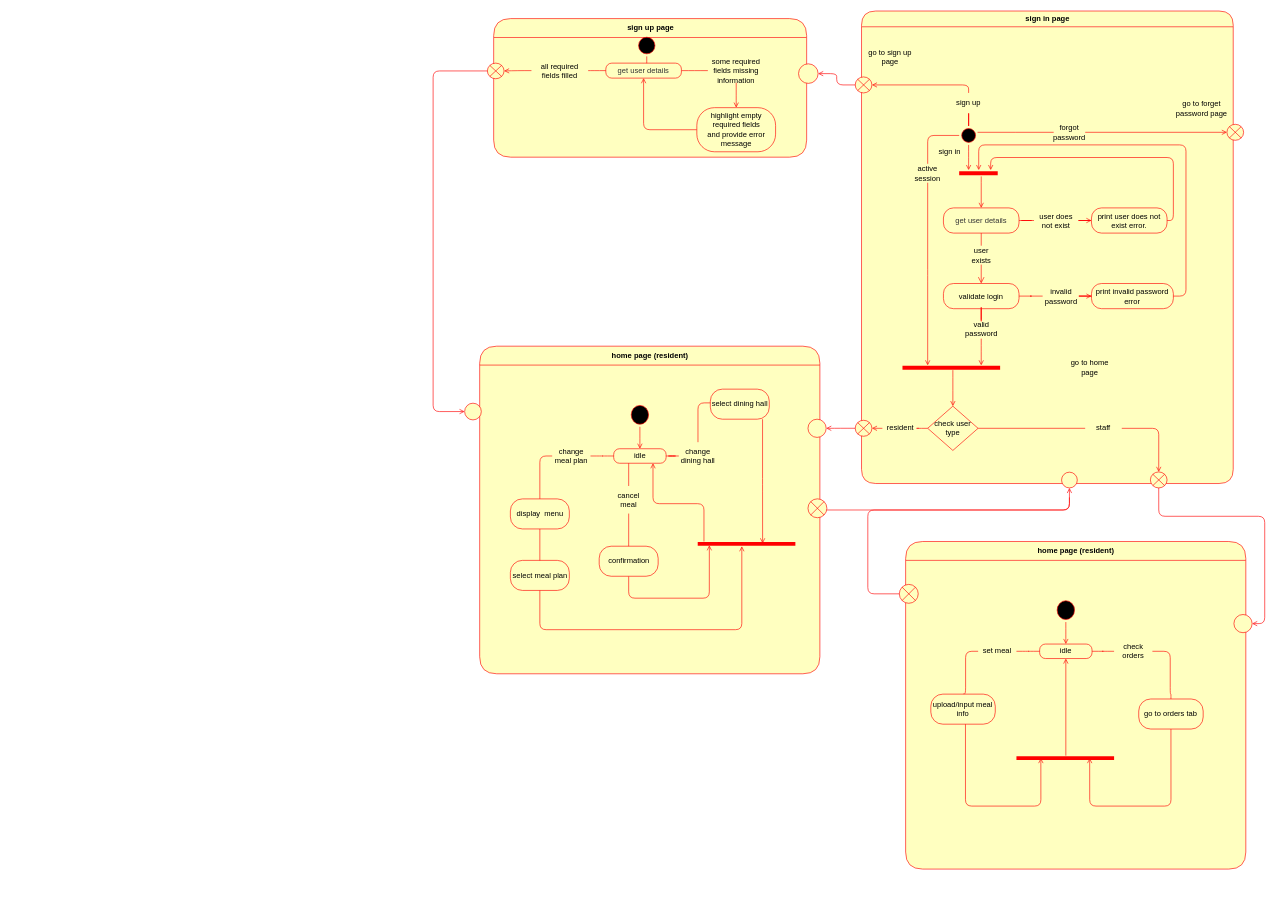
The draw.io diagram admin/diagrams/logical_view_statechart.drawio in JulianVJacobs/SDP, before the edit. Source tidied: cells renumbered, new cells numbered last; positions are measured from the earlier drawing's top-left corner, leaving out a move shared by most shapes. Both pictures are drawn from the tidied source at 63%, with x=0, y=0 at pixel (433, 11).
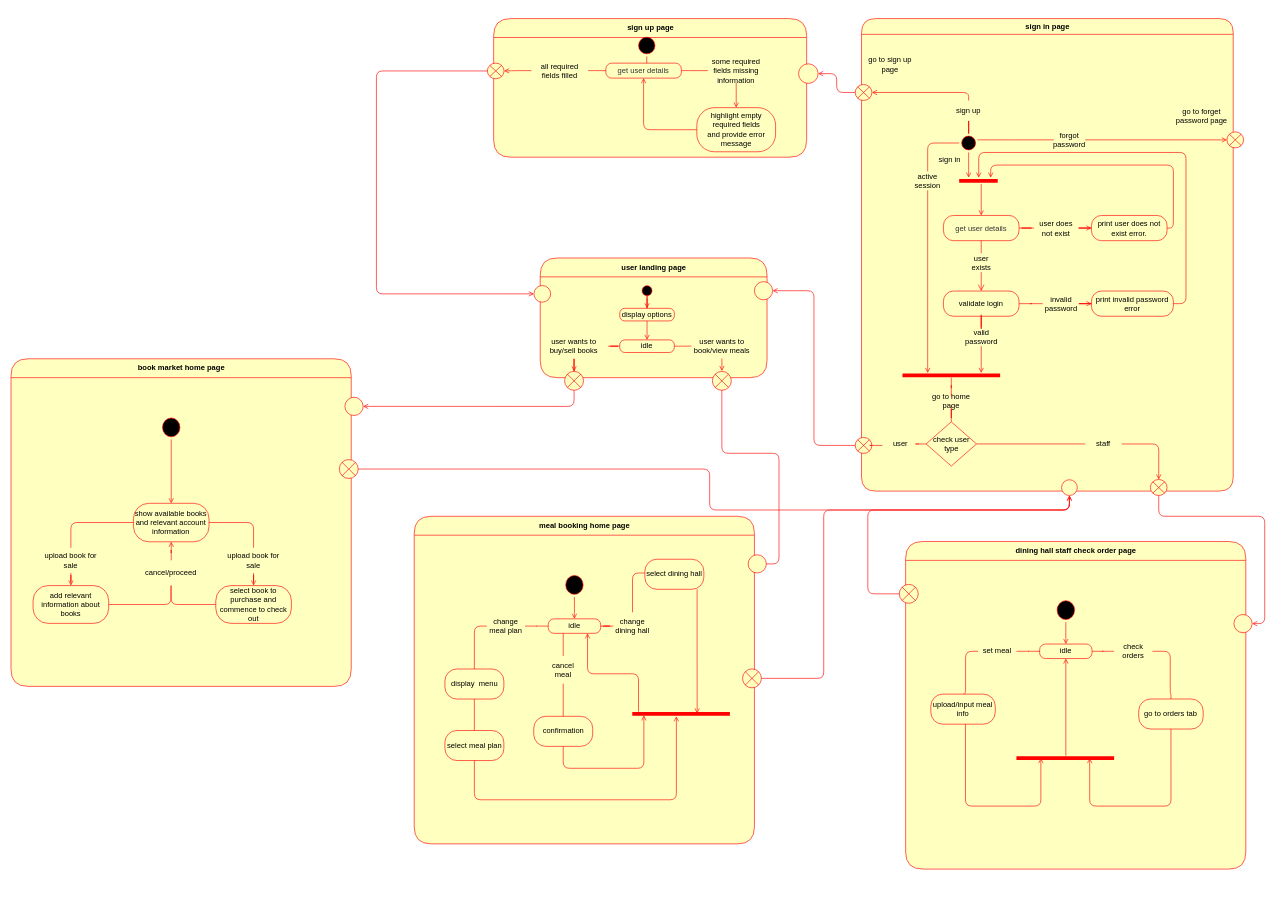
After the change.

Unchanged cells that the change refers to:
```xml
<mxCell id="8" style="shape=sumEllipse;perimeter=ellipsePerimeter;whiteSpace=wrap;html=1;backgroundOutline=1;strokeColor=#FF0000;fillColor=#ffffc0;" parent="2" vertex="1">
  <mxGeometry x="521.1" y="242.3" width="30" height="30" as="geometry" />
</mxCell>
<mxCell id="42" style="shape=line;html=1;strokeWidth=6;strokeColor=#ff0000;" parent="27" vertex="1">
  <mxGeometry x="85" y="562.5" width="155" height="7.5" as="geometry" />
</mxCell>
<mxCell id="61" style="ellipse;whiteSpace=wrap;html=1;fillColor=#ffffc0;strokeColor=#FF0000;" parent="27" vertex="1">
  <mxGeometry x="337.5" y="732" width="25" height="25" as="geometry" />
</mxCell>
<mxCell id="92" style="shape=sumEllipse;perimeter=ellipsePerimeter;whiteSpace=wrap;html=1;backgroundOutline=1;strokeColor=#FF0000;fillColor=#ffffc0;" parent="78" vertex="1">
  <mxGeometry x="-10" y="70.7" width="26.5" height="24.8" as="geometry" />
</mxCell>
<mxCell id="99" style="group;" parent="1" vertex="1">
  <mxGeometry x="750" y="842" width="540" height="581" as="geometry" />
</mxCell>
```

Diff of the diagram source:
```diff
@@
     <mxCell id="2" style="group;" parent="1" vertex="1">
-      <mxGeometry x="73.9" y="532" width="540" height="581" as="geometry" />
+      <mxGeometry x="-30" y="802" width="551.1" height="581" as="geometry" />
     </mxCell>
-    <mxCell id="3" value="home page (resident)" style="swimlane;html=1;fontStyle=1;align=center;verticalAlign=middle;horizontal=1;startSize=30;fontColor=#000000;rounded=1;arcSize=30;strokeColor=#ff0000;fillColor=#ffffc0;swimlaneFillColor=#ffffc0;" parent="2" vertex="1">
+    <mxCell id="3" value="meal booking home page" style="swimlane;html=1;fontStyle=1;align=center;verticalAlign=middle;horizontal=1;startSize=30;fontColor=#000000;rounded=1;arcSize=30;strokeColor=#ff0000;fillColor=#ffffc0;swimlaneFillColor=#ffffc0;" parent="2" vertex="1">
       <mxGeometry width="540" height="520" as="geometry" />
     </mxCell>
@@
-    <mxCell id="9" style="ellipse;whiteSpace=wrap;html=1;fillColor=#ffffc0;strokeColor=#FF0000;" parent="2" vertex="1">
-      <mxGeometry x="521.1" y="115.9" width="28.9" height="28.9" as="geometry" />
-    </mxCell>
@@
+    <mxCell id="9" style="ellipse;whiteSpace=wrap;html=1;fillColor=#ffffc0;strokeColor=#FF0000;" parent="2" vertex="1">
+      <mxGeometry x="530" y="61.1" width="28.9" height="28.9" as="geometry" />
+    </mxCell>
     <mxCell id="27" style="group;" parent="1" vertex="1">
-      <mxGeometry x="660" width="630" height="757" as="geometry" />
+      <mxGeometry x="660" y="12" width="630" height="757" as="geometry" />
     </mxCell>
@@
-    <mxCell id="64" value="go to home page" style="text;html=1;strokeColor=none;fillColor=none;align=center;verticalAlign=middle;whiteSpace=wrap;rounded=0;" parent="27" vertex="1">
-      <mxGeometry x="337.5" y="548.8" width="91.2" height="35" as="geometry" />
-    </mxCell>
@@
     <mxCell id="69" value="check user type" style="rhombus;whiteSpace=wrap;html=1;fillColor=#ffffc0;strokeColor=#ff0000;" parent="27" vertex="1">
-      <mxGeometry x="125" y="627.2" width="80" height="70.3" as="geometry" />
+      <mxGeometry x="122.5" y="640" width="80" height="70.3" as="geometry" />
     </mxCell>
-    <mxCell id="70" style="edgeStyle=orthogonalEdgeStyle;rounded=1;jettySize=auto;html=1;entryX=0.5;entryY=0;entryDx=0;entryDy=0;startArrow=none;startFill=0;endArrow=open;endFill=0;endSize=6;strokeColor=#FF0000;" parent="27" edge="1" source="42" target="69">
-      <mxGeometry relative="1" as="geometry">
-        <Array as="points">
-          <mxPoint x="165" y="592" />
-          <mxPoint x="165" y="592" />
-        </Array>
-      </mxGeometry>
-    </mxCell>
     <mxCell id="71" style="shape=sumEllipse;perimeter=ellipsePerimeter;whiteSpace=wrap;html=1;backgroundOutline=1;strokeColor=#FF0000;fillColor=#ffffc0;" parent="27" vertex="1">
-      <mxGeometry x="10" y="649.6" width="26.5" height="25.4" as="geometry" />
+      <mxGeometry x="10" y="664.8" width="26.5" height="25.4" as="geometry" />
     </mxCell>
-    <mxCell id="72" style="edgeStyle=orthogonalEdgeStyle;rounded=1;jettySize=auto;html=1;endArrow=open;endFill=0;strokeColor=#FF0000;entryX=1;entryY=0.5;entryDx=0;entryDy=0;" parent="27" edge="1" source="73" target="71">
+    <mxCell id="72" style="edgeStyle=orthogonalEdgeStyle;rounded=0;jettySize=auto;html=1;entryX=1;entryY=0.5;entryDx=0;entryDy=0;endArrow=none;endFill=0;endSize=6;strokeColor=#FF0000;" parent="27" edge="1" source="73" target="71">
       <mxGeometry relative="1" as="geometry">
         <Array as="points">
-          <mxPoint x="53" y="662" />
-          <mxPoint x="53" y="662" />
+          <mxPoint x="33" y="677" />
         </Array>
       </mxGeometry>
     </mxCell>
-    <mxCell id="73" value="resident" style="text;html=1;strokeColor=none;fillColor=none;align=center;verticalAlign=middle;whiteSpace=wrap;rounded=0;" parent="27" vertex="1">
-      <mxGeometry x="53.1" y="643.1" width="58.1" height="38.5" as="geometry" />
+    <mxCell id="73" value="user" style="text;html=1;strokeColor=none;fillColor=none;align=center;verticalAlign=middle;whiteSpace=wrap;rounded=0;" parent="27" vertex="1">
+      <mxGeometry x="53.1" y="655.9" width="58.1" height="38.5" as="geometry" />
     </mxCell>
     <mxCell id="74" value="staff" style="text;html=1;strokeColor=none;fillColor=none;align=center;verticalAlign=middle;whiteSpace=wrap;rounded=0;" parent="27" vertex="1">
-      <mxGeometry x="375" y="643.1" width="58.1" height="38.5" as="geometry" />
+      <mxGeometry x="375" y="655.9" width="58.1" height="38.5" as="geometry" />
     </mxCell>
@@
+    <mxCell id="120" style="edgeStyle=orthogonalEdgeStyle;rounded=0;jettySize=auto;html=1;entryX=0.5;entryY=0;entryDx=0;entryDy=0;endArrow=none;endFill=0;endSize=6;strokeColor=#FF0000;" parent="27" edge="1" source="64" target="69">
+      <mxGeometry relative="1" as="geometry" />
+    </mxCell>
+    <mxCell id="64" value="go to home page" style="text;html=1;strokeColor=none;fillColor=none;align=center;verticalAlign=middle;whiteSpace=wrap;rounded=0;" parent="27" vertex="1">
+      <mxGeometry x="116.9" y="600" width="91.2" height="14" as="geometry" />
+    </mxCell>
+    <mxCell id="121" style="edgeStyle=orthogonalEdgeStyle;rounded=1;jettySize=auto;html=1;entryX=0.5;entryY=0;entryDx=0;entryDy=0;startArrow=none;startFill=0;endArrow=none;endFill=0;endSize=6;strokeColor=#FF0000;" parent="27" edge="1" source="42" target="64">
+      <mxGeometry relative="1" as="geometry" />
+    </mxCell>
@@
-    <mxCell id="94" style="edgeStyle=orthogonalEdgeStyle;rounded=1;jettySize=auto;html=1;exitX=0;exitY=1;exitDx=0;exitDy=0;endArrow=none;endFill=0;strokeColor=#FF0000;" parent="1" edge="1" source="95">
-      <mxGeometry relative="1" as="geometry">
-        <mxPoint x="60" y="632" as="targetPoint" />
-      </mxGeometry>
-    </mxCell>
-    <mxCell id="95" style="ellipse;whiteSpace=wrap;html=1;fillColor=#ffffc0;strokeColor=#FF0000;" parent="1" vertex="1">
-      <mxGeometry x="50" y="622.5" width="26.5" height="26.5" as="geometry" />
-    </mxCell>
     <mxCell id="96" style="edgeStyle=orthogonalEdgeStyle;rounded=1;jettySize=auto;html=1;entryX=0;entryY=0.5;entryDx=0;entryDy=0;endArrow=open;endFill=0;strokeColor=#FF0000;" parent="1" edge="1" source="92" target="95">
       <mxGeometry relative="1" as="geometry">
         <Array as="points">
-          <mxPoint y="95" />
-          <mxPoint y="636" />
+          <mxPoint x="-90" y="95" />
+          <mxPoint x="-90" y="449" />
         </Array>
       </mxGeometry>
     </mxCell>
-    <mxCell id="97" style="edgeStyle=orthogonalEdgeStyle;rounded=1;jettySize=auto;html=1;entryX=1;entryY=0.5;entryDx=0;entryDy=0;endArrow=open;endFill=0;strokeColor=#FF0000;" parent="1" edge="1" source="71" target="9">
+    <mxCell id="97" style="edgeStyle=orthogonalEdgeStyle;rounded=1;jettySize=auto;html=1;entryX=1;entryY=0.5;entryDx=0;entryDy=0;endArrow=open;endFill=0;strokeColor=#FF0000;" parent="1" edge="1" source="71" target="134">
       <mxGeometry relative="1" as="geometry" />
     </mxCell>
     <mxCell id="98" style="edgeStyle=orthogonalEdgeStyle;rounded=1;jettySize=auto;html=1;endArrow=none;endFill=0;strokeColor=#FF0000;" parent="1" edge="1" source="8">
       <mxGeometry relative="1" as="geometry">
         <mxPoint x="1010" y="772" as="targetPoint" />
         <Array as="points">
+          <mxPoint x="620" y="1059" />
+          <mxPoint x="620" y="792" />
           <mxPoint x="1010" y="792" />
         </Array>
       </mxGeometry>
     </mxCell>
@@
-    <mxCell id="100" value="home page (resident)" style="swimlane;html=1;fontStyle=1;align=center;verticalAlign=middle;horizontal=1;startSize=30;fontColor=#000000;rounded=1;arcSize=30;strokeColor=#ff0000;fillColor=#ffffc0;swimlaneFillColor=#ffffc0;" parent="99" vertex="1">
+    <mxCell id="100" value="dining hall staff check order page" style="swimlane;html=1;fontStyle=1;align=center;verticalAlign=middle;horizontal=1;startSize=30;fontColor=#000000;rounded=1;arcSize=30;strokeColor=#ff0000;fillColor=#ffffc0;swimlaneFillColor=#ffffc0;" parent="99" vertex="1">
       <mxGeometry width="540" height="520" as="geometry" />
     </mxCell>
@@
+    <mxCell id="122" style="group;" parent="1" vertex="1">
+      <mxGeometry x="170" y="392" width="378.9" height="300" as="geometry" />
+    </mxCell>
+    <mxCell id="123" value="user landing page" style="swimlane;html=1;fontStyle=1;align=center;verticalAlign=middle;horizontal=1;startSize=30;fontColor=#000000;rounded=1;arcSize=30;strokeColor=#ff0000;fillColor=#ffffc0;swimlaneFillColor=#ffffc0;" parent="122" vertex="1">
+      <mxGeometry width="360" height="190" as="geometry" />
+    </mxCell>
+    <mxCell id="124" style="edgeStyle=orthogonalEdgeStyle;rounded=0;jettySize=auto;html=1;endArrow=open;endFill=0;endSize=6;strokeColor=#FF0000;" parent="122" edge="1" source="125" target="127">
+      <mxGeometry relative="1" as="geometry" />
+    </mxCell>
+    <mxCell id="125" style="ellipse;html=1;shape=startState;fillColor=#000000;strokeColor=#ff0000;" parent="122" vertex="1">
+      <mxGeometry x="157.7" y="40" width="23.7" height="23.9" as="geometry" />
+    </mxCell>
+    <mxCell id="126" style="edgeStyle=orthogonalEdgeStyle;rounded=1;jettySize=auto;html=1;exitX=0.5;exitY=1;exitDx=0;exitDy=0;entryX=0.5;entryY=0;entryDx=0;entryDy=0;endArrow=open;endFill=0;endSize=6;strokeColor=#FF0000;" parent="122" edge="1" source="127" target="137">
+      <mxGeometry relative="1" as="geometry" />
+    </mxCell>
+    <mxCell id="127" value="display options" style="rounded=1;whiteSpace=wrap;html=1;arcSize=40;fontColor=#000000;fillColor=#ffffc0;strokeColor=#ff0000;" parent="122" vertex="1">
+      <mxGeometry x="126.2" y="79.9" width="86.7" height="20" as="geometry" />
+    </mxCell>
+    <mxCell id="128" style="edgeStyle=orthogonalEdgeStyle;rounded=0;jettySize=auto;html=1;entryX=0.5;entryY=0;entryDx=0;entryDy=0;endArrow=open;endFill=0;endSize=6;strokeColor=#FF0000;" parent="122" edge="1" source="129" target="133">
+      <mxGeometry relative="1" as="geometry" />
+    </mxCell>
+    <mxCell id="129" value="user wants to buy/sell books" style="text;html=1;strokeColor=none;fillColor=none;align=center;verticalAlign=middle;whiteSpace=wrap;rounded=0;" parent="122" vertex="1">
+      <mxGeometry y="120.1" width="107.4" height="39.8" as="geometry" />
+    </mxCell>
+    <mxCell id="130" style="edgeStyle=orthogonalEdgeStyle;rounded=0;jettySize=auto;html=1;entryX=0.5;entryY=0;entryDx=0;entryDy=0;endArrow=open;endFill=0;endSize=6;strokeColor=#FF0000;" parent="122" edge="1" source="131" target="132">
+      <mxGeometry relative="1" as="geometry" />
+    </mxCell>
+    <mxCell id="131" value="user wants to book/view meals" style="text;html=1;strokeColor=none;fillColor=none;align=center;verticalAlign=middle;whiteSpace=wrap;rounded=0;" parent="122" vertex="1">
+      <mxGeometry x="240" y="120.1" width="96.7" height="39.4" as="geometry" />
+    </mxCell>
+    <mxCell id="132" style="shape=sumEllipse;perimeter=ellipsePerimeter;whiteSpace=wrap;html=1;backgroundOutline=1;strokeColor=#FF0000;fillColor=#ffffc0;" parent="122" vertex="1">
+      <mxGeometry x="273.3" y="180" width="30" height="30" as="geometry" />
+    </mxCell>
+    <mxCell id="133" style="shape=sumEllipse;perimeter=ellipsePerimeter;whiteSpace=wrap;html=1;backgroundOutline=1;strokeColor=#FF0000;fillColor=#ffffc0;" parent="122" vertex="1">
+      <mxGeometry x="38.7" y="180" width="30" height="30" as="geometry" />
+    </mxCell>
+    <mxCell id="134" style="ellipse;whiteSpace=wrap;html=1;fillColor=#ffffc0;strokeColor=#FF0000;" parent="122" vertex="1">
+      <mxGeometry x="340" y="37.5" width="28.9" height="28.9" as="geometry" />
+    </mxCell>
+    <mxCell id="95" style="ellipse;whiteSpace=wrap;html=1;fillColor=#ffffc0;strokeColor=#FF0000;" parent="122" vertex="1">
+      <mxGeometry x="-10" y="43.7" width="26.5" height="26.5" as="geometry" />
+    </mxCell>
+    <mxCell id="135" style="edgeStyle=orthogonalEdgeStyle;rounded=1;jettySize=auto;html=1;endArrow=none;endFill=0;endSize=6;strokeColor=#FF0000;" parent="122" edge="1" source="137" target="129">
+      <mxGeometry relative="1" as="geometry" />
+    </mxCell>
+    <mxCell id="136" style="edgeStyle=orthogonalEdgeStyle;rounded=1;jettySize=auto;html=1;endArrow=none;endFill=0;endSize=6;strokeColor=#FF0000;" parent="122" edge="1" source="137" target="131">
+      <mxGeometry relative="1" as="geometry" />
+    </mxCell>
+    <mxCell id="137" value="idle" style="rounded=1;whiteSpace=wrap;html=1;arcSize=40;fontColor=#000000;fillColor=#ffffc0;strokeColor=#ff0000;" parent="122" vertex="1">
+      <mxGeometry x="126.2" y="130" width="86.7" height="20" as="geometry" />
+    </mxCell>
+    <mxCell id="138" style="edgeStyle=orthogonalEdgeStyle;rounded=1;jettySize=auto;html=1;entryX=1;entryY=0.5;entryDx=0;entryDy=0;endArrow=none;endFill=0;endSize=6;strokeColor=#FF0000;" parent="1" edge="1" source="132" target="9">
+      <mxGeometry relative="1" as="geometry">
+        <Array as="points">
+          <mxPoint x="458" y="702" />
+          <mxPoint x="549" y="702" />
+          <mxPoint x="549" y="878" />
+        </Array>
+      </mxGeometry>
+    </mxCell>
+    <mxCell id="139" style="group;" parent="1" vertex="1">
+      <mxGeometry x="-670" y="552" width="551.1" height="581" as="geometry" />
+    </mxCell>
+    <mxCell id="140" value="book market home page" style="swimlane;html=1;fontStyle=1;align=center;verticalAlign=middle;horizontal=1;startSize=30;fontColor=#000000;rounded=1;arcSize=30;strokeColor=#ff0000;fillColor=#ffffc0;swimlaneFillColor=#ffffc0;" parent="139" vertex="1">
+      <mxGeometry width="540" height="520" as="geometry" />
+    </mxCell>
+    <mxCell id="141" style="ellipse;html=1;shape=startState;fillColor=#000000;strokeColor=#ff0000;" parent="139" vertex="1">
+      <mxGeometry x="236.5" y="90" width="35.6" height="37.9" as="geometry" />
+    </mxCell>
+    <mxCell id="142" style="shape=sumEllipse;perimeter=ellipsePerimeter;whiteSpace=wrap;html=1;backgroundOutline=1;strokeColor=#FF0000;fillColor=#ffffc0;" parent="139" vertex="1">
+      <mxGeometry x="521.1" y="160" width="30" height="30" as="geometry" />
+    </mxCell>
+    <mxCell id="143" style="ellipse;whiteSpace=wrap;html=1;fillColor=#ffffc0;strokeColor=#FF0000;" parent="139" vertex="1">
+      <mxGeometry x="530" y="61.1" width="28.9" height="28.9" as="geometry" />
+    </mxCell>
+    <mxCell id="144" style="edgeStyle=orthogonalEdgeStyle;rounded=1;jettySize=auto;html=1;entryX=0.5;entryY=0;entryDx=0;entryDy=0;endArrow=open;endFill=0;endSize=6;strokeColor=#FF0000;" parent="139" edge="1" source="145" target="147">
+      <mxGeometry relative="1" as="geometry" />
+    </mxCell>
+    <mxCell id="145" value="upload book for sale" style="text;html=1;strokeColor=none;fillColor=none;align=center;verticalAlign=middle;whiteSpace=wrap;rounded=0;" parent="139" vertex="1">
+      <mxGeometry x="50" y="300" width="90" height="40" as="geometry" />
+    </mxCell>
+    <mxCell id="146" style="edgeStyle=orthogonalEdgeStyle;rounded=1;jettySize=auto;html=1;endArrow=none;endFill=0;endSize=6;strokeColor=#FF0000;" parent="139" edge="1" source="147" target="150">
+      <mxGeometry relative="1" as="geometry">
+        <Array as="points">
+          <mxPoint x="254" y="390" />
+        </Array>
+      </mxGeometry>
+    </mxCell>
+    <mxCell id="147" value="add relevant information about books" style="whiteSpace=wrap;html=1;rounded=1;strokeColor=#ff0000;fillColor=#ffffc0;arcSize=40;" parent="139" vertex="1">
+      <mxGeometry x="35" y="360" width="120" height="60" as="geometry" />
+    </mxCell>
+    <mxCell id="148" style="edgeStyle=orthogonalEdgeStyle;rounded=1;jettySize=auto;html=1;endArrow=none;endFill=0;endSize=6;strokeColor=#FF0000;" parent="139" edge="1" source="149" target="150">
+      <mxGeometry relative="1" as="geometry">
+        <Array as="points">
+          <mxPoint x="254" y="390" />
+        </Array>
+      </mxGeometry>
+    </mxCell>
+    <mxCell id="149" value="select book to purchase and commence to check out" style="whiteSpace=wrap;html=1;rounded=1;strokeColor=#ff0000;fillColor=#ffffc0;arcSize=40;" parent="139" vertex="1">
+      <mxGeometry x="325" y="360" width="120" height="60" as="geometry" />
+    </mxCell>
+    <mxCell id="150" value="cancel/proceed" style="text;html=1;strokeColor=none;fillColor=none;align=center;verticalAlign=middle;whiteSpace=wrap;rounded=0;" parent="139" vertex="1">
+      <mxGeometry x="209.3" y="320" width="90" height="40" as="geometry" />
+    </mxCell>
+    <mxCell id="151" value="show available books and relevant account information" style="rounded=1;whiteSpace=wrap;html=1;arcSize=40;fontColor=#000000;fillColor=#ffffc0;strokeColor=#ff0000;" parent="139" vertex="1">
+      <mxGeometry x="194.3" y="229.4" width="120" height="61.1" as="geometry" />
+    </mxCell>
+    <mxCell id="152" style="edgeStyle=orthogonalEdgeStyle;rounded=1;jettySize=auto;html=1;endArrow=open;endFill=0;endSize=6;strokeColor=#FF0000;" parent="139" edge="1" source="141" target="151">
+      <mxGeometry relative="1" as="geometry" />
+    </mxCell>
+    <mxCell id="153" style="edgeStyle=orthogonalEdgeStyle;rounded=1;jettySize=auto;html=1;endArrow=none;endFill=0;endSize=6;strokeColor=#FF0000;" parent="139" edge="1" source="151" target="145">
+      <mxGeometry relative="1" as="geometry" />
+    </mxCell>
+    <mxCell id="154" style="edgeStyle=orthogonalEdgeStyle;rounded=1;jettySize=auto;html=1;entryX=0.5;entryY=1;entryDx=0;entryDy=0;endArrow=open;endFill=0;endSize=6;strokeColor=#FF0000;" parent="139" edge="1" source="150" target="151">
+      <mxGeometry relative="1" as="geometry" />
+    </mxCell>
+    <mxCell id="155" style="edgeStyle=orthogonalEdgeStyle;rounded=1;jettySize=auto;html=1;endArrow=open;endFill=0;endSize=6;strokeColor=#FF0000;" parent="1" edge="1" source="157" target="149">
+      <mxGeometry relative="1" as="geometry" />
+    </mxCell>
+    <mxCell id="156" style="edgeStyle=orthogonalEdgeStyle;rounded=1;jettySize=auto;html=1;entryX=1;entryY=0.5;entryDx=0;entryDy=0;endArrow=open;endFill=0;endSize=6;strokeColor=#FF0000;" parent="1" edge="1" source="133" target="143">
+      <mxGeometry relative="1" as="geometry">
+        <Array as="points">
+          <mxPoint x="224" y="628" />
+        </Array>
+      </mxGeometry>
+    </mxCell>
+    <mxCell id="157" value="upload book for sale" style="text;html=1;strokeColor=none;fillColor=none;align=center;verticalAlign=middle;whiteSpace=wrap;rounded=0;" parent="1" vertex="1">
+      <mxGeometry x="-330" y="852" width="90" height="40" as="geometry" />
+    </mxCell>
+    <mxCell id="158" style="edgeStyle=orthogonalEdgeStyle;rounded=1;jettySize=auto;html=1;endArrow=none;endFill=0;endSize=6;strokeColor=#FF0000;" parent="1" edge="1" source="151" target="157">
+      <mxGeometry relative="1" as="geometry" />
+    </mxCell>
+    <mxCell id="159" style="edgeStyle=orthogonalEdgeStyle;rounded=1;jettySize=auto;html=1;endArrow=open;endFill=0;endSize=6;strokeColor=#FF0000;" parent="1" edge="1" source="142" target="61">
+      <mxGeometry relative="1" as="geometry">
+        <Array as="points">
+          <mxPoint x="439" y="727" />
+          <mxPoint x="439" y="792" />
+          <mxPoint x="1010" y="792" />
+        </Array>
+      </mxGeometry>
+    </mxCell>
```
